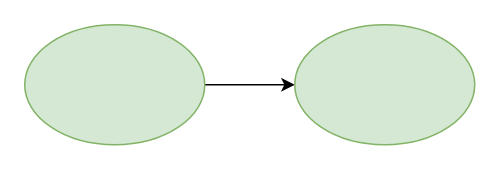
Above: Diagrama sin título.drawio in TABOO52/hello-git (draw.io), before the change. Source tidied: cells renumbered, new cells numbered last; positions are measured from the earlier drawing's top-left corner, leaving out a move shared by most shapes. Both pictures are drawn from the tidied source at 150%, with x=0, y=0 at pixel (24, 24).
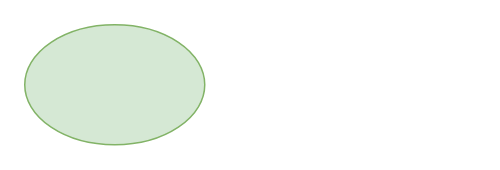
The same page after the edit.

The edit, as a diff of the source:
```diff
@@
 <mxGraphModel>
   <root>
     <mxCell id="0" />
     <mxCell id="1" parent="0" />
-    <mxCell id="2" style="edgeStyle=orthogonalEdgeStyle;rounded=0;jettySize=auto;html=1;entryX=0;entryY=0.5;entryDx=0;entryDy=0;" parent="1" edge="1" source="3" target="4">
-      <mxGeometry relative="1" as="geometry" />
-    </mxCell>
     <mxCell id="3" style="ellipse;whiteSpace=wrap;html=1;fillColor=#d5e8d4;strokeColor=#82b366;" parent="1" vertex="1">
       <mxGeometry width="120" height="80" as="geometry" />
     </mxCell>
-    <mxCell id="4" style="ellipse;whiteSpace=wrap;html=1;fillColor=#d5e8d4;strokeColor=#82b366;" parent="1" vertex="1">
-      <mxGeometry x="180" width="120" height="80" as="geometry" />
-    </mxCell>
   </root>
 </mxGraphModel>
```
